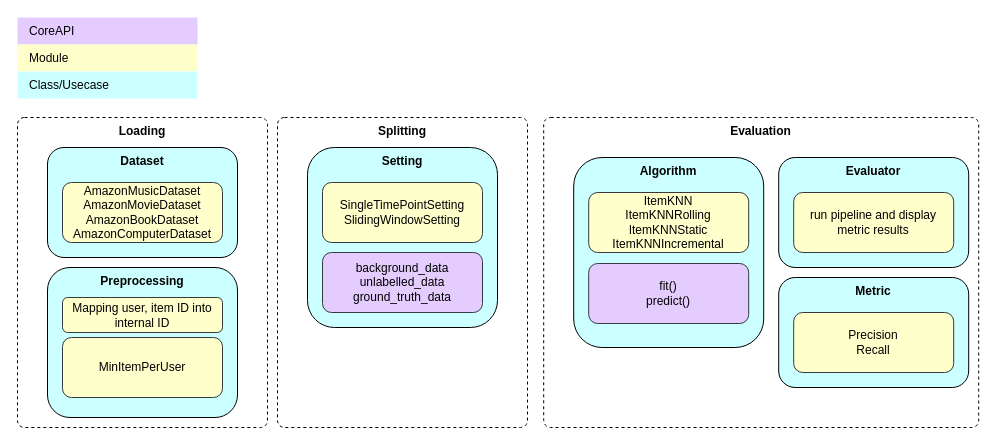
This is page "use_case" (2 of 7) of docs/diagram/sliding_setting_scheme.drawio from HiIAmTzeKean/Streamsight, a draw.io file, before an edit. Source tidied: cells renumbered, new cells numbered last; positions are measured from the earlier drawing's top-left corner, leaving out a move shared by most shapes. Both pictures are drawn from the tidied source at 100%, with x=0, y=0 at pixel (17, 17).
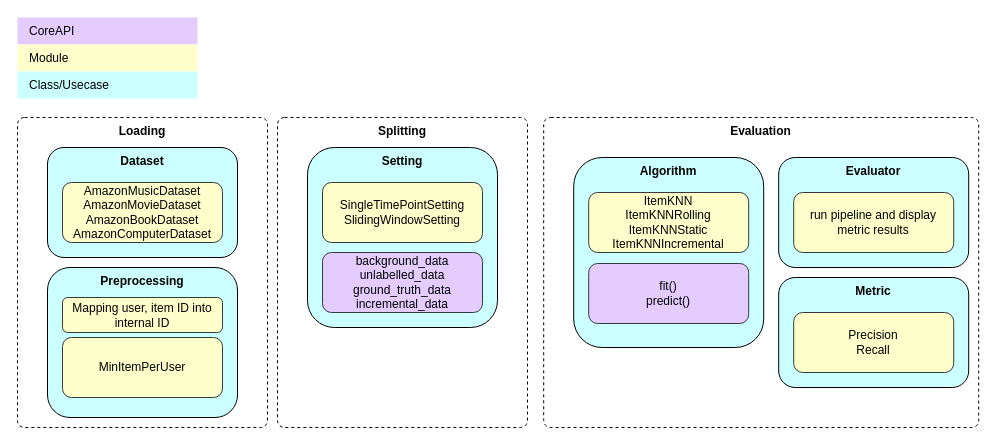
Above is the later version.

Diff of the diagram source:
```diff
@@
-    <mxCell id="18" value="&lt;div&gt;background_data&lt;/div&gt;&lt;div&gt;unlabelled_data&lt;/div&gt;&lt;div&gt;ground_truth_data&lt;/div&gt;" style="rounded=1;whiteSpace=wrap;html=1;fillColor=#E5CCFF;strokeColor=#36393d;" parent="1" vertex="1">
+    <mxCell id="18" value="&lt;div&gt;background_data&lt;/div&gt;&lt;div&gt;unlabelled_data&lt;/div&gt;&lt;div&gt;ground_truth_data&lt;/div&gt;&lt;div&gt;incremental_data&lt;/div&gt;" style="rounded=1;whiteSpace=wrap;html=1;fillColor=#E5CCFF;strokeColor=#36393d;" parent="1" vertex="1">
       <mxGeometry x="305" y="235" width="160" height="60" as="geometry" />
     </mxCell>
```
